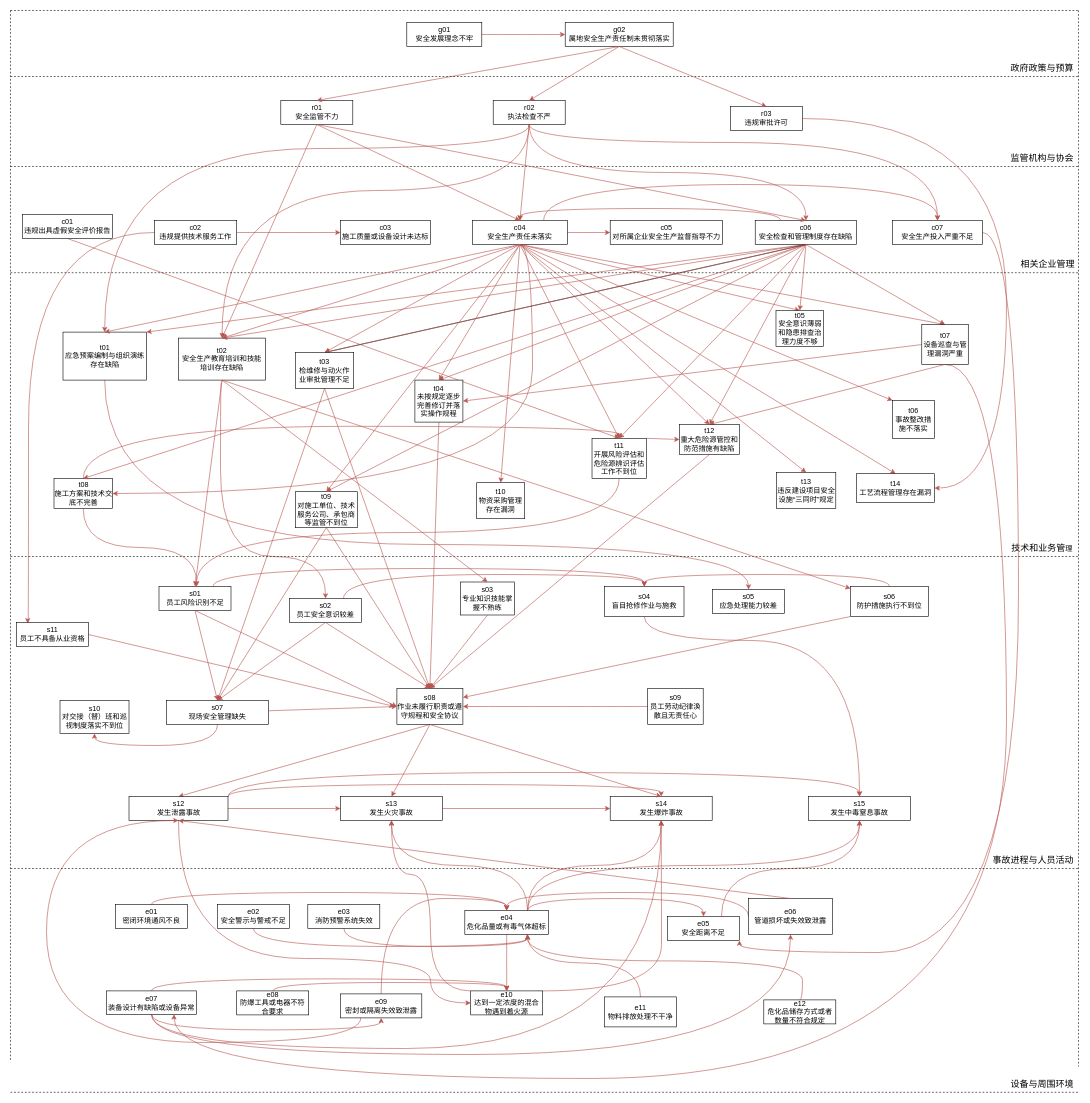
Earlier version of the draw.io diagram 剔除次数少于5.drawio (fangjiarong/docs). Source tidied: cells renumbered, new cells numbered last; positions are measured from the earlier drawing's top-left corner, leaving out a move shared by most shapes. Both pictures are drawn from the tidied source at 60%, with x=0, y=0 at pixel (10, 10).
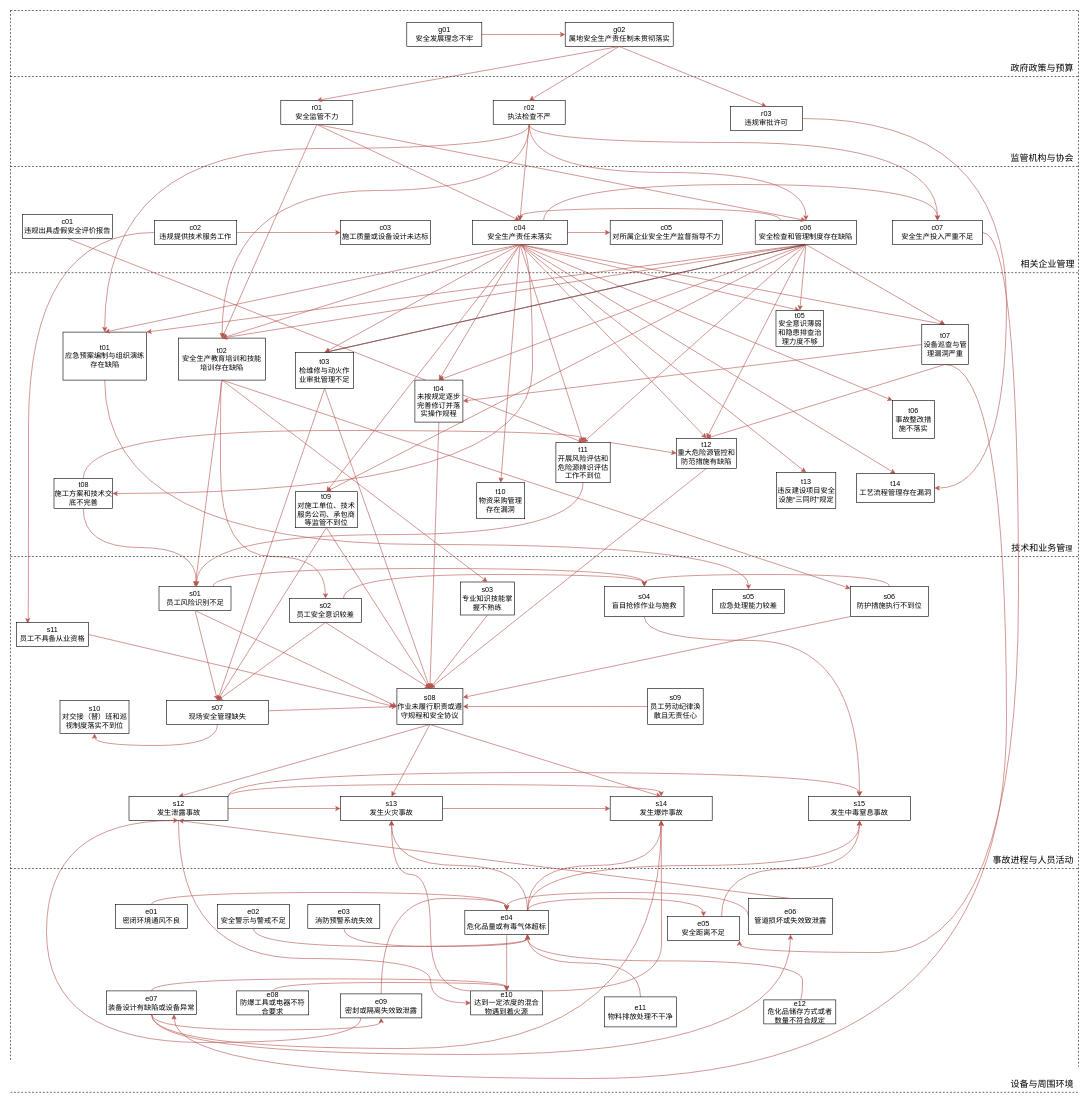
The same diagram, later.

Commit message (it also covers changes not shown here):
更新剔除次数少于5.drawio

Unchanged cells that the change refers to:
```xml
<mxCell id="37" value="t08&lt;br&gt;施工方案和技术交底不完善" style="rounded=0;whiteSpace=wrap;html=1;" parent="1" vertex="1">
  <mxGeometry x="72.5" y="780" width="97.5" height="50" as="geometry" />
</mxCell>
<mxCell id="66" value="c06&lt;br&gt;安全检查和管理制度存在缺陷" style="rounded=0;whiteSpace=wrap;html=1;" parent="1" vertex="1">
  <mxGeometry x="1241.2" y="350" width="169" height="40" as="geometry" />
</mxCell>
```

What changed in the source:
```diff
@@
-    <mxCell id="64" style="edgeStyle=none;rounded=0;jettySize=auto;html=1;exitX=0.5;exitY=1;exitDx=0;exitDy=0;entryX=0.5;entryY=0;entryDx=0;entryDy=0;fillColor=#f8cecc;strokeColor=#b85450;" parent="1" edge="1" source="66" target="37">
-      <mxGeometry relative="1" as="geometry" />
-    </mxCell>
@@
     <mxCell id="163" value="t12&lt;br&gt;重大危险源管控和防范措施有缺陷" style="rounded=0;whiteSpace=wrap;html=1;" parent="1" vertex="1">
-      <mxGeometry x="1115" y="690" width="100" height="50" as="geometry" />
+      <mxGeometry x="1110" y="713" width="100" height="50" as="geometry" />
     </mxCell>
@@
     <mxCell id="169" value="t11&lt;br&gt;开展风险评估和危险源辨识评估工作不到位" style="rounded=0;whiteSpace=wrap;html=1;" parent="1" vertex="1">
-      <mxGeometry x="969.2" y="713" width="90.5" height="67" as="geometry" />
+      <mxGeometry x="909" y="720" width="90.5" height="67" as="geometry" />
     </mxCell>
```
